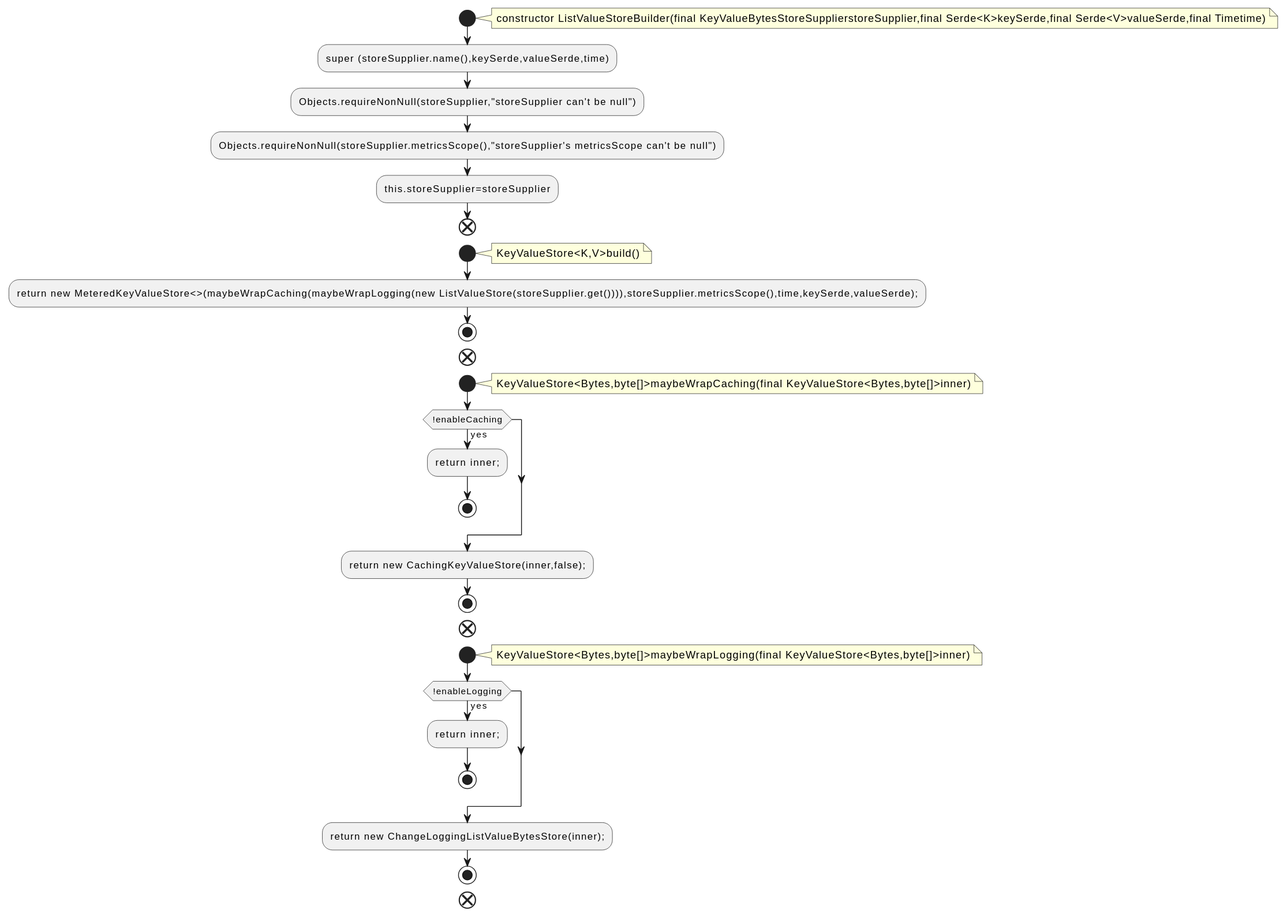
Before: docs/qc/streams/src/main/java/org/apache/kafka/streams/state/internals/ListValueStoreBuilder.java.fct.svg, a diagram exported from PlantUML (qualitesys/kafka). Source of this version:
```plantuml
@startuml
!pragma layout smetana
start
note right
constructor ListValueStoreBuilder(final KeyValueBytesStoreSupplierstoreSupplier,final Serde<K>keySerde,final Serde<V>valueSerde,final Timetime)
end note
:super (storeSupplier.name(),keySerde,valueSerde,time);
:Objects.requireNonNull(storeSupplier,"storeSupplier can't be null");
:Objects.requireNonNull(storeSupplier.metricsScope(),"storeSupplier's metricsScope can't be null");
:this.storeSupplier=storeSupplier;
end
start
note right
KeyValueStore<K,V>build()
end note
:return new MeteredKeyValueStore<>(maybeWrapCaching(maybeWrapLogging(new ListValueStore(storeSupplier.get()))),storeSupplier.metricsScope(),time,keySerde,valueSerde);;
stop
end
start
note right
KeyValueStore<Bytes,byte[]>maybeWrapCaching(final KeyValueStore<Bytes,byte[]>inner)
end note
if (!enableCaching) then (yes)
:return inner;;
stop
endif
:return new CachingKeyValueStore(inner,false);;
stop
end
start
note right
KeyValueStore<Bytes,byte[]>maybeWrapLogging(final KeyValueStore<Bytes,byte[]>inner)
end note
if (!enableLogging) then (yes)
:return inner;;
stop
endif
:return new ChangeLoggingListValueBytesStore(inner);;
stop
end
@enduml
```
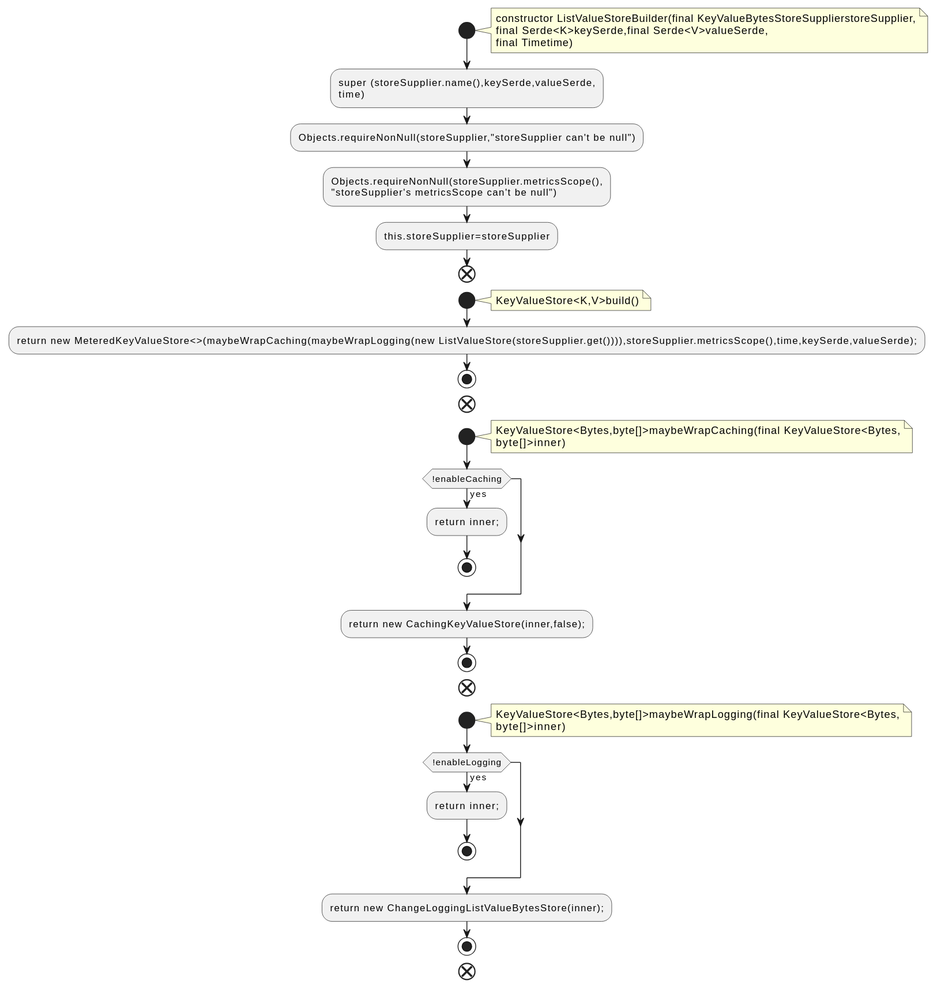
Later version of the same file.

What changed in the source:
```diff
@@ -2,11 +2,15 @@
 !pragma layout smetana
 start
 note right
-constructor ListValueStoreBuilder(final KeyValueBytesStoreSupplierstoreSupplier,final Serde<K>keySerde,final Serde<V>valueSerde,final Timetime)
+constructor ListValueStoreBuilder(final KeyValueBytesStoreSupplierstoreSupplier,
+final Serde<K>keySerde,final Serde<V>valueSerde,
+final Timetime)
 end note
-:super (storeSupplier.name(),keySerde,valueSerde,time);
+:super (storeSupplier.name(),keySerde,valueSerde,
+time);
 :Objects.requireNonNull(storeSupplier,"storeSupplier can't be null");
-:Objects.requireNonNull(storeSupplier.metricsScope(),"storeSupplier's metricsScope can't be null");
+:Objects.requireNonNull(storeSupplier.metricsScope(),
+"storeSupplier's metricsScope can't be null");
 :this.storeSupplier=storeSupplier;
 end
 start
@@ -18,7 +22,8 @@
 end
 start
 note right
-KeyValueStore<Bytes,byte[]>maybeWrapCaching(final KeyValueStore<Bytes,byte[]>inner)
+KeyValueStore<Bytes,byte[]>maybeWrapCaching(final KeyValueStore<Bytes,
+byte[]>inner)
 end note
 if (!enableCaching) then (yes)
 :return inner;;
@@ -29,7 +34,8 @@
 end
 start
 note right
-KeyValueStore<Bytes,byte[]>maybeWrapLogging(final KeyValueStore<Bytes,byte[]>inner)
+KeyValueStore<Bytes,byte[]>maybeWrapLogging(final KeyValueStore<Bytes,
+byte[]>inner)
 end note
 if (!enableLogging) then (yes)
 :return inner;;
```
